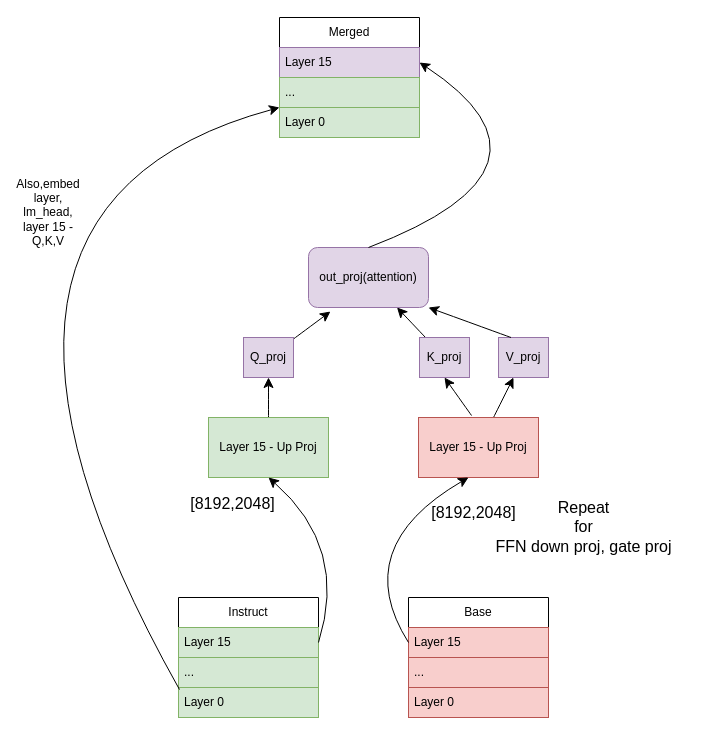
Above: merge_last_layer.drawio in babangain/drawio (draw.io), before the change. Source tidied: cells renumbered, new cells numbered last; positions are measured from the earlier drawing's top-left corner, leaving out a move shared by most shapes. Both pictures are drawn from the tidied source at 100%, with x=0, y=0 at pixel (-92, 17).
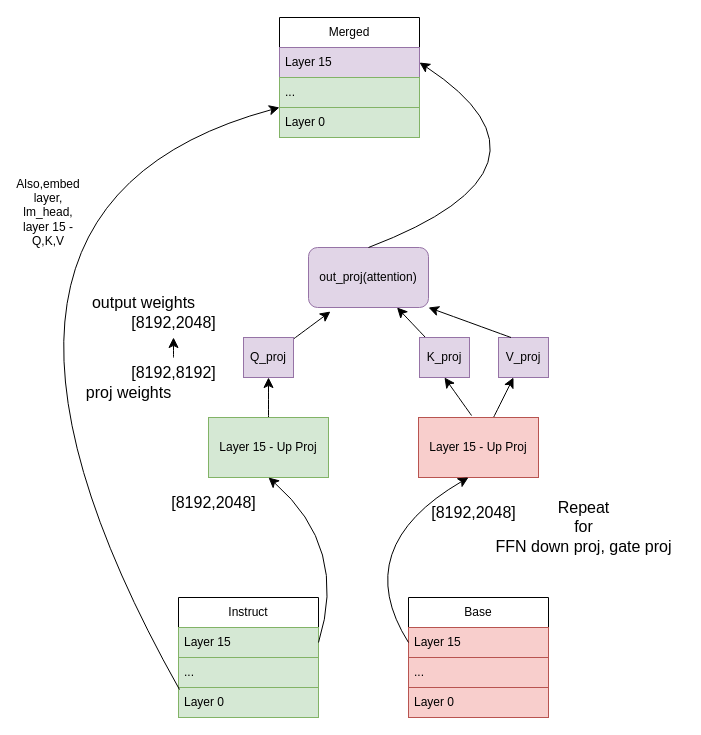
The same diagram, later.

What changed in the source:
```diff
@@
     <mxCell id="32" value="[8192,2048]" style="text;html=1;align=center;verticalAlign=middle;strokeColor=none;fillColor=none;fontSize=16;" parent="1" vertex="1">
-      <mxGeometry x="269" y="471" width="110" height="30" as="geometry" />
+      <mxGeometry x="250" y="470" width="110" height="30" as="geometry" />
     </mxCell>
@@
+    <mxCell id="34" style="edgeStyle=none;curved=1;rounded=0;jettySize=auto;html=1;fontSize=12;startSize=8;endSize=8;" parent="1" edge="1" source="35" target="36">
+      <mxGeometry relative="1" as="geometry" />
+    </mxCell>
+    <mxCell id="35" value="[8192,8192]" style="text;html=1;align=center;verticalAlign=middle;points=[];strokeColor=none;fillColor=none;fontSize=16;" parent="1" vertex="1">
+      <mxGeometry x="210" y="340" width="110" height="30" as="geometry" />
+    </mxCell>
+    <mxCell id="36" value="[8192,2048]" style="text;html=1;align=center;verticalAlign=middle;points=[];strokeColor=none;fillColor=none;fontSize=16;" parent="1" vertex="1">
+      <mxGeometry x="210" y="290" width="110" height="30" as="geometry" />
+    </mxCell>
+    <mxCell id="37" value="&lt;div&gt;proj weights&lt;/div&gt;&lt;div&gt;&lt;br&gt;&lt;/div&gt;" style="text;html=1;align=center;verticalAlign=middle;strokeColor=none;fillColor=none;fontSize=16;" parent="1" vertex="1">
+      <mxGeometry x="165" y="360" width="110" height="50" as="geometry" />
+    </mxCell>
+    <mxCell id="38" value="&lt;div&gt;output weights&lt;/div&gt;&lt;div&gt;&lt;br&gt;&lt;/div&gt;" style="text;html=1;align=center;verticalAlign=middle;strokeColor=none;fillColor=none;fontSize=16;" parent="1" vertex="1">
+      <mxGeometry x="170" y="270" width="130" height="50" as="geometry" />
+    </mxCell>
```
